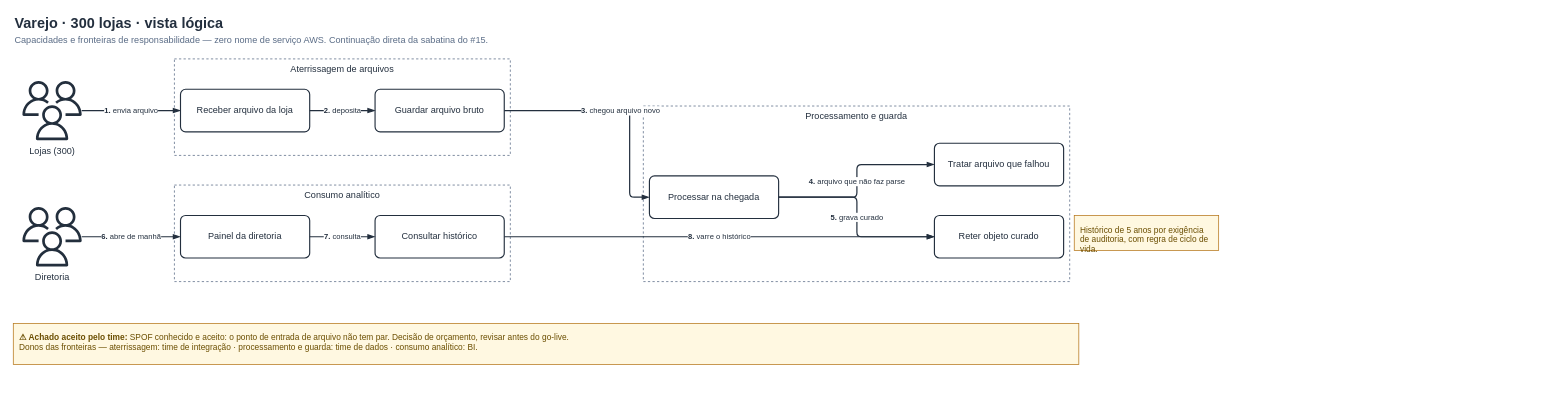
Above: page "Varejo · 300 lojas · vista lógica" (1 of 5) of skills/panlabs-aws-diagrams/saida/varejo.drawio in ThiagoPanini/panlabs-skills (draw.io), before the change. Source tidied: cells renumbered, new cells numbered last; positions are measured from the earlier drawing's top-left corner, leaving out a move shared by most shapes. Both pictures are drawn from the tidied source at 76%, with x=0, y=0 at pixel (13, 13).
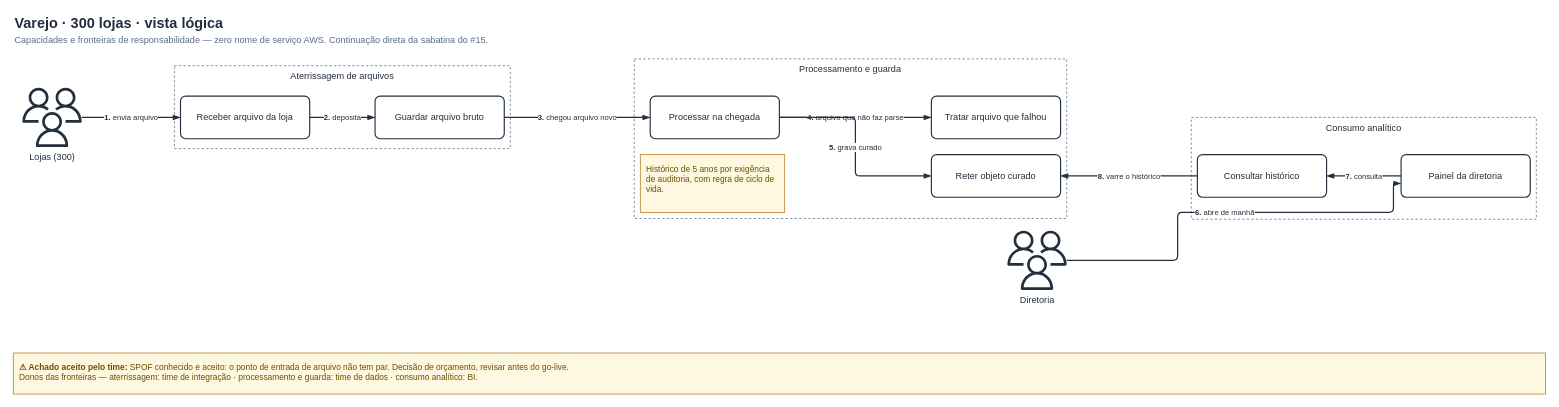
After the change.

Unchanged cells that the change refers to:
```xml
<mxCell id="5" value="Guardar arquivo bruto" style="rounded=1;arcSize=12;whiteSpace=wrap;html=1;fillColor=#FFFFFF;strokeColor=#232F3E;fontColor=#232F3E;fontFamily=Arial,Helvetica;fontSize=12;verticalAlign=middle;align=center;strokeWidth=1.5;" parent="4" vertex="1">
  <mxGeometry x="264" y="40" width="170" height="56" as="geometry" />
</mxCell>
```

Change to the diagram source:
```diff
@@
     <mxCell id="4" value="Aterrissagem de arquivos" style="fillColor=none;strokeColor=#5A6C86;dashed=1;verticalAlign=top;fontStyle=0;fontColor=#232F3E;whiteSpace=wrap;html=1;fontFamily=Arial,Helvetica;fontSize=12;" parent="1" vertex="1">
-      <mxGeometry x="212" y="60" width="442" height="127" as="geometry" />
+      <mxGeometry x="212" y="69" width="442" height="109" as="geometry" />
     </mxCell>
@@
     <mxCell id="7" value="Consumo analítico" style="fillColor=none;strokeColor=#5A6C86;dashed=1;verticalAlign=top;fontStyle=0;fontColor=#232F3E;whiteSpace=wrap;html=1;fontFamily=Arial,Helvetica;fontSize=12;" parent="1" vertex="1">
-      <mxGeometry x="212" y="226" width="442" height="127" as="geometry" />
+      <mxGeometry x="1550" y="137" width="454" height="134" as="geometry" />
     </mxCell>
     <mxCell id="8" value="Consultar histórico" style="rounded=1;arcSize=12;whiteSpace=wrap;html=1;fillColor=#FFFFFF;strokeColor=#232F3E;fontColor=#232F3E;fontFamily=Arial,Helvetica;fontSize=12;verticalAlign=middle;align=center;strokeWidth=1.5;" parent="7" vertex="1">
-      <mxGeometry x="264" y="40" width="170" height="56" as="geometry" />
+      <mxGeometry x="8" y="49" width="170" height="56" as="geometry" />
     </mxCell>
     <mxCell id="9" value="Painel da diretoria" style="rounded=1;arcSize=12;whiteSpace=wrap;html=1;fillColor=#FFFFFF;strokeColor=#232F3E;fontColor=#232F3E;fontFamily=Arial,Helvetica;fontSize=12;verticalAlign=middle;align=center;strokeWidth=1.5;" parent="7" vertex="1">
-      <mxGeometry x="8" y="40" width="170" height="56" as="geometry" />
+      <mxGeometry x="276" y="49" width="170" height="56" as="geometry" />
     </mxCell>
     <mxCell id="10" value="Diretoria" style="sketch=0;outlineConnect=0;fontColor=#232F3E;gradientColor=none;fillColor=#232F3D;strokeColor=none;dashed=0;verticalLabelPosition=bottom;verticalAlign=top;align=center;html=1;fontSize=12;fontStyle=0;shape=mxgraph.aws4.users;fontFamily=Arial,Helvetica;" parent="1" vertex="1">
-      <mxGeometry x="12" y="255" width="78" height="78" as="geometry" />
+      <mxGeometry x="1308" y="286" width="78" height="78" as="geometry" />
     </mxCell>
     <mxCell id="11" value="Lojas (300)" style="sketch=0;outlineConnect=0;fontColor=#232F3E;gradientColor=none;fillColor=#232F3D;strokeColor=none;dashed=0;verticalLabelPosition=bottom;verticalAlign=top;align=center;html=1;fontSize=12;fontStyle=0;shape=mxgraph.aws4.users;fontFamily=Arial,Helvetica;" parent="1" vertex="1">
-      <mxGeometry x="12" y="89" width="78" height="78" as="geometry" />
+      <mxGeometry x="12" y="98" width="78" height="78" as="geometry" />
     </mxCell>
     <mxCell id="12" value="Processamento e guarda" style="fillColor=none;strokeColor=#5A6C86;dashed=1;verticalAlign=top;fontStyle=0;fontColor=#232F3E;whiteSpace=wrap;html=1;fontFamily=Arial,Helvetica;fontSize=12;" parent="1" vertex="1">
-      <mxGeometry x="829" y="122" width="561" height="231" as="geometry" />
+      <mxGeometry x="817" y="60" width="569" height="210" as="geometry" />
     </mxCell>
     <mxCell id="13" value="Processar na chegada" style="rounded=1;arcSize=12;whiteSpace=wrap;html=1;fillColor=#FFFFFF;strokeColor=#232F3E;fontColor=#232F3E;fontFamily=Arial,Helvetica;fontSize=12;verticalAlign=middle;align=center;strokeWidth=1.5;" parent="12" vertex="1">
-      <mxGeometry x="8" y="92" width="170" height="56" as="geometry" />
+      <mxGeometry x="21" y="49" width="170" height="56" as="geometry" />
     </mxCell>
     <mxCell id="14" value="Reter objeto curado" style="rounded=1;arcSize=12;whiteSpace=wrap;html=1;fillColor=#FFFFFF;strokeColor=#232F3E;fontColor=#232F3E;fontFamily=Arial,Helvetica;fontSize=12;verticalAlign=middle;align=center;strokeWidth=1.5;" parent="12" vertex="1">
-      <mxGeometry x="383" y="144" width="170" height="56" as="geometry" />
+      <mxGeometry x="391" y="126" width="170" height="56" as="geometry" />
     </mxCell>
     <mxCell id="15" value="Tratar arquivo que falhou" style="rounded=1;arcSize=12;whiteSpace=wrap;html=1;fillColor=#FFFFFF;strokeColor=#232F3E;fontColor=#232F3E;fontFamily=Arial,Helvetica;fontSize=12;verticalAlign=middle;align=center;strokeWidth=1.5;" parent="12" vertex="1">
-      <mxGeometry x="383" y="49" width="170" height="56" as="geometry" />
+      <mxGeometry x="391" y="49" width="170" height="56" as="geometry" />
     </mxCell>
+    <mxCell id="24" value="Histórico de 5 anos por exigência de auditoria, com regra de ciclo de vida." style="rounded=0;whiteSpace=wrap;html=1;fillColor=#FFF8E1;strokeColor=#B7791F;fontColor=#6B4E00;fontFamily=Arial,Helvetica;fontSize=11;align=left;verticalAlign=top;spacing=8;dashed=0;" parent="12" vertex="1">
+      <mxGeometry x="8" y="126" width="190" height="76" as="geometry" />
+    </mxCell>
@@
     <mxCell id="18" value="&lt;b&gt;3.&lt;/b&gt; chegou arquivo novo" style="edgeStyle=orthogonalEdgeStyle;html=1;jettySize=auto;rounded=1;strokeColor=#232F3E;strokeWidth=1.6;endArrow=blockThin;endFill=1;endSize=6;fontSize=10;fontFamily=Arial,Helvetica;fontColor=#232F3E;labelBackgroundColor=#FFFFFF;arcSize=12;jumpStyle=arc;jumpSize=6;" parent="1" edge="1" source="5" target="13">
-      <mxGeometry relative="1" as="geometry">
-        <Array as="points">
-          <mxPoint x="811" y="128" />
-          <mxPoint x="811" y="242" />
-        </Array>
-      </mxGeometry>
+      <mxGeometry relative="1" as="geometry" />
     </mxCell>
     <mxCell id="19" value="&lt;b&gt;4.&lt;/b&gt; arquivo que não faz parse" style="edgeStyle=orthogonalEdgeStyle;html=1;jettySize=auto;rounded=1;strokeColor=#232F3E;strokeWidth=1.6;endArrow=blockThin;endFill=1;endSize=6;fontSize=10;fontFamily=Arial,Helvetica;fontColor=#232F3E;labelBackgroundColor=#FFFFFF;arcSize=12;jumpStyle=arc;jumpSize=6;" parent="1" edge="1" source="13" target="15">
-      <mxGeometry relative="1" as="geometry">
-        <Array as="points">
-          <mxPoint x="1110" y="242" />
-          <mxPoint x="1110" y="199" />
-        </Array>
-      </mxGeometry>
+      <mxGeometry relative="1" as="geometry" />
     </mxCell>
     <mxCell id="20" value="&lt;b&gt;5.&lt;/b&gt; grava curado" style="edgeStyle=orthogonalEdgeStyle;html=1;jettySize=auto;rounded=1;strokeColor=#232F3E;strokeWidth=1.6;endArrow=blockThin;endFill=1;endSize=6;fontSize=10;fontFamily=Arial,Helvetica;fontColor=#232F3E;labelBackgroundColor=#FFFFFF;arcSize=12;jumpStyle=arc;jumpSize=6;" parent="1" edge="1" source="13" target="14">
       <mxGeometry relative="1" as="geometry">
         <Array as="points">
-          <mxPoint x="1110" y="242" />
-          <mxPoint x="1110" y="294" />
+          <mxPoint x="1108" y="137" />
+          <mxPoint x="1108" y="214" />
         </Array>
       </mxGeometry>
     </mxCell>
     <mxCell id="21" value="&lt;b&gt;6.&lt;/b&gt; abre de manhã" style="edgeStyle=orthogonalEdgeStyle;html=1;jettySize=auto;rounded=1;strokeColor=#232F3E;strokeWidth=1.6;endArrow=blockThin;endFill=1;endSize=6;fontSize=10;fontFamily=Arial,Helvetica;fontColor=#232F3E;labelBackgroundColor=#FFFFFF;arcSize=12;jumpStyle=arc;jumpSize=6;" parent="1" edge="1" source="10" target="9">
-      <mxGeometry relative="1" as="geometry" />
+      <mxGeometry relative="1" as="geometry">
+        <Array as="points">
+          <mxPoint x="1532" y="325" />
+          <mxPoint x="1532" y="262" />
+          <mxPoint x="1816" y="262" />
+          <mxPoint x="1816" y="224" />
+        </Array>
+      </mxGeometry>
     </mxCell>
@@
-    <mxCell id="24" value="Histórico de 5 anos por exigência de auditoria, com regra de ciclo de vida." style="rounded=0;whiteSpace=wrap;html=1;fillColor=#FFF8E1;strokeColor=#B7791F;fontColor=#6B4E00;fontFamily=Arial,Helvetica;fontSize=11;align=left;verticalAlign=top;spacing=8;dashed=0;" parent="1" vertex="1">
-      <mxGeometry x="1396" y="266" width="190" height="46" as="geometry" />
-    </mxCell>
     <mxCell id="25" value="&lt;b&gt;⚠ Achado aceito pelo time:&lt;/b&gt; SPOF conhecido e aceito: o ponto de entrada de arquivo não tem par. Decisão de orçamento, revisar antes do go-live.&lt;br&gt;Donos das fronteiras — aterrissagem: time de integração · processamento e guarda: time de dados · consumo analítico: BI." style="rounded=0;whiteSpace=wrap;html=1;fillColor=#FFF8E1;strokeColor=#B7791F;fontColor=#6B4E00;fontFamily=Arial,Helvetica;fontSize=11;align=left;verticalAlign=top;spacing=8;dashed=0;" parent="1" vertex="1">
-      <mxGeometry y="408" width="1402" height="54" as="geometry" />
+      <mxGeometry y="447" width="2016" height="54" as="geometry" />
     </mxCell>
```
